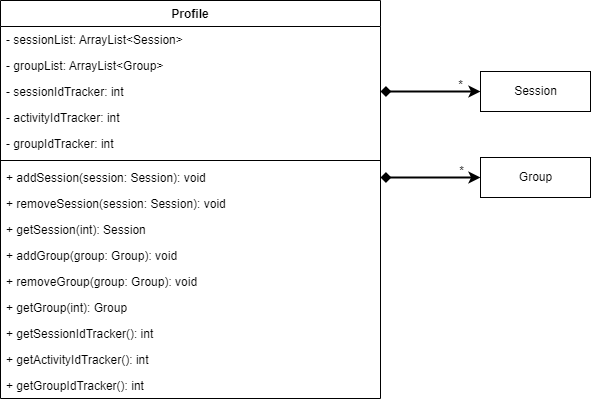
This is docs/images/developerguide/Profile Component.drawio.png from nus-cs2113-AY2122S2/tp, a draw.io export, as it was before one commit. Source tidied: cells renumbered, new cells last; positions are measured from the earlier drawing's top-left corner, leaving out a move shared by most shapes.
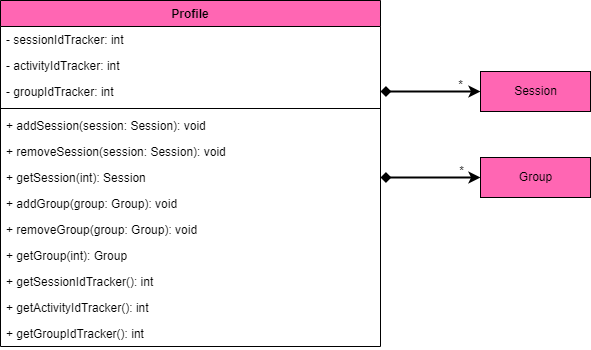
After the change.

The edit, as a diff of the source:
```diff
@@ -2,64 +2,58 @@
   <root>
     <mxCell id="0" />
     <mxCell id="1" parent="0" />
-    <mxCell id="2" value="Profile" style="swimlane;fontStyle=1;align=center;verticalAlign=top;horizontal=1;startSize=26;" parent="1" vertex="1">
-      <mxGeometry width="380" height="398" as="geometry" />
+    <mxCell id="2" value="Profile" style="swimlane;fontStyle=1;align=center;verticalAlign=top;horizontal=1;startSize=26;fillColor=#FF66B3;" parent="1" vertex="1">
+      <mxGeometry width="380" height="346" as="geometry" />
     </mxCell>
-    <mxCell id="3" value="- sessionList: ArrayList&lt;Session&gt;" style="text;strokeColor=none;fillColor=none;align=left;verticalAlign=top;spacingLeft=4;spacingRight=4;overflow=hidden;" parent="2" vertex="1">
-      <mxGeometry y="26" width="380" height="26" as="geometry" />
-    </mxCell>
-    <mxCell id="4" value="- groupList: ArrayList&lt;Group&gt;" style="text;strokeColor=none;fillColor=none;align=left;verticalAlign=top;spacingLeft=4;spacingRight=4;overflow=hidden;" parent="2" vertex="1">
-      <mxGeometry y="52" width="380" height="26" as="geometry" />
-    </mxCell>
     <mxCell id="5" value="- sessionIdTracker: int" style="text;strokeColor=none;fillColor=none;align=left;verticalAlign=top;spacingLeft=4;spacingRight=4;overflow=hidden;points=[[0,0.5],[1,0.5]];portConstraint=eastwest;" parent="2" vertex="1">
-      <mxGeometry y="78" width="380" height="26" as="geometry" />
+      <mxGeometry y="26" width="380" height="26" as="geometry" />
     </mxCell>
     <mxCell id="6" value="- activityIdTracker: int" style="text;strokeColor=none;fillColor=none;align=left;verticalAlign=top;spacingLeft=4;spacingRight=4;overflow=hidden;" parent="2" vertex="1">
-      <mxGeometry y="104" width="380" height="26" as="geometry" />
+      <mxGeometry y="52" width="380" height="26" as="geometry" />
     </mxCell>
     <mxCell id="7" value="- groupIdTracker: int" style="text;strokeColor=none;fillColor=none;align=left;verticalAlign=top;spacingLeft=4;spacingRight=4;overflow=hidden;points=[[0,0.5],[1,0.5]];portConstraint=eastwest;" parent="2" vertex="1">
-      <mxGeometry y="130" width="380" height="26" as="geometry" />
+      <mxGeometry y="78" width="380" height="26" as="geometry" />
     </mxCell>
     <mxCell id="8" style="line;strokeWidth=1;fillColor=none;align=left;verticalAlign=middle;spacingTop=-1;spacingLeft=3;spacingRight=3;labelPosition=right;" parent="2" vertex="1">
-      <mxGeometry y="156" width="380" height="8" as="geometry" />
+      <mxGeometry y="104" width="380" height="8" as="geometry" />
     </mxCell>
     <mxCell id="9" value="+ addSession(session: Session): void" style="text;strokeColor=none;fillColor=none;align=left;verticalAlign=top;spacingLeft=4;spacingRight=4;overflow=hidden;points=[[0,0.5],[1,0.5]];portConstraint=eastwest;" parent="2" vertex="1">
-      <mxGeometry y="164" width="380" height="26" as="geometry" />
+      <mxGeometry y="112" width="380" height="26" as="geometry" />
     </mxCell>
     <mxCell id="10" value="+ removeSession(session: Session): void" style="text;strokeColor=none;fillColor=none;align=left;verticalAlign=top;spacingLeft=4;spacingRight=4;overflow=hidden;" parent="2" vertex="1">
-      <mxGeometry y="190" width="380" height="26" as="geometry" />
+      <mxGeometry y="138" width="380" height="26" as="geometry" />
     </mxCell>
     <mxCell id="11" value="+ getSession(int): Session" style="text;strokeColor=none;fillColor=none;align=left;verticalAlign=top;spacingLeft=4;spacingRight=4;overflow=hidden;points=[[0,0.5],[1,0.5]];portConstraint=eastwest;" parent="2" vertex="1">
-      <mxGeometry y="216" width="380" height="26" as="geometry" />
+      <mxGeometry y="164" width="380" height="26" as="geometry" />
     </mxCell>
     <mxCell id="12" value="+ addGroup(group: Group): void" style="text;strokeColor=none;fillColor=none;align=left;verticalAlign=top;spacingLeft=4;spacingRight=4;overflow=hidden;" parent="2" vertex="1">
-      <mxGeometry y="242" width="380" height="26" as="geometry" />
+      <mxGeometry y="190" width="380" height="26" as="geometry" />
     </mxCell>
     <mxCell id="13" value="+ removeGroup(group: Group): void" style="text;strokeColor=none;fillColor=none;align=left;verticalAlign=top;spacingLeft=4;spacingRight=4;overflow=hidden;" parent="2" vertex="1">
-      <mxGeometry y="268" width="380" height="26" as="geometry" />
+      <mxGeometry y="216" width="380" height="26" as="geometry" />
     </mxCell>
     <mxCell id="14" value="+ getGroup(int): Group" style="text;strokeColor=none;fillColor=none;align=left;verticalAlign=top;spacingLeft=4;spacingRight=4;overflow=hidden;" parent="2" vertex="1">
-      <mxGeometry y="294" width="380" height="26" as="geometry" />
+      <mxGeometry y="242" width="380" height="26" as="geometry" />
     </mxCell>
     <mxCell id="15" value="+ getSessionIdTracker(): int" style="text;strokeColor=none;fillColor=none;align=left;verticalAlign=top;spacingLeft=4;spacingRight=4;overflow=hidden;" parent="2" vertex="1">
-      <mxGeometry y="320" width="380" height="26" as="geometry" />
+      <mxGeometry y="268" width="380" height="26" as="geometry" />
     </mxCell>
     <mxCell id="16" value="+ getActivityIdTracker(): int" style="text;strokeColor=none;fillColor=none;align=left;verticalAlign=top;spacingLeft=4;spacingRight=4;overflow=hidden;" parent="2" vertex="1">
-      <mxGeometry y="346" width="380" height="26" as="geometry" />
+      <mxGeometry y="294" width="380" height="26" as="geometry" />
     </mxCell>
     <mxCell id="17" value="+ getGroupIdTracker(): int" style="text;strokeColor=none;fillColor=none;align=left;verticalAlign=top;spacingLeft=4;spacingRight=4;overflow=hidden;" parent="2" vertex="1">
-      <mxGeometry y="372" width="380" height="26" as="geometry" />
+      <mxGeometry y="320" width="380" height="26" as="geometry" />
     </mxCell>
-    <mxCell id="18" value="Session" style="html=1;" parent="1" vertex="1">
+    <mxCell id="18" value="Session" style="html=1;fillColor=#FF66B3;" parent="1" vertex="1">
       <mxGeometry x="480" y="71" width="110" height="40" as="geometry" />
     </mxCell>
-    <mxCell id="19" value="Group" style="html=1;" parent="1" vertex="1">
+    <mxCell id="19" value="Group" style="html=1;fillColor=#FF66B3;" parent="1" vertex="1">
       <mxGeometry x="480" y="157" width="110" height="40" as="geometry" />
     </mxCell>
-    <mxCell id="20" style="endArrow=diamond;startArrow=classic;html=1;rounded=0;strokeWidth=2;startFill=1;endFill=1;exitX=0;exitY=0.5;exitDx=0;exitDy=0;entryX=1;entryY=0.5;entryDx=0;entryDy=0;" parent="1" edge="1" source="18" target="5">
+    <mxCell id="20" style="endArrow=diamond;startArrow=classic;html=1;rounded=0;strokeWidth=2;startFill=1;endFill=1;exitX=0;exitY=0.5;exitDx=0;exitDy=0;entryX=1;entryY=0.5;entryDx=0;entryDy=0;" parent="1" edge="1" source="18" target="7">
       <mxGeometry relative="1" as="geometry" />
     </mxCell>
-    <mxCell id="21" style="endArrow=diamond;startArrow=classic;html=1;rounded=0;strokeWidth=2;startFill=1;endFill=1;exitX=0;exitY=0.5;exitDx=0;exitDy=0;entryX=1;entryY=0.5;entryDx=0;entryDy=0;" parent="1" edge="1" source="19" target="9">
+    <mxCell id="21" style="endArrow=diamond;startArrow=classic;html=1;rounded=0;strokeWidth=2;startFill=1;endFill=1;exitX=0;exitY=0.5;exitDx=0;exitDy=0;entryX=1;entryY=0.5;entryDx=0;entryDy=0;" parent="1" edge="1" source="19" target="11">
       <mxGeometry relative="1" as="geometry" />
     </mxCell>
     <mxCell id="22" value="*" style="text;html=1;align=center;verticalAlign=middle;strokeColor=none;fillColor=none;" parent="1" vertex="1">
```
